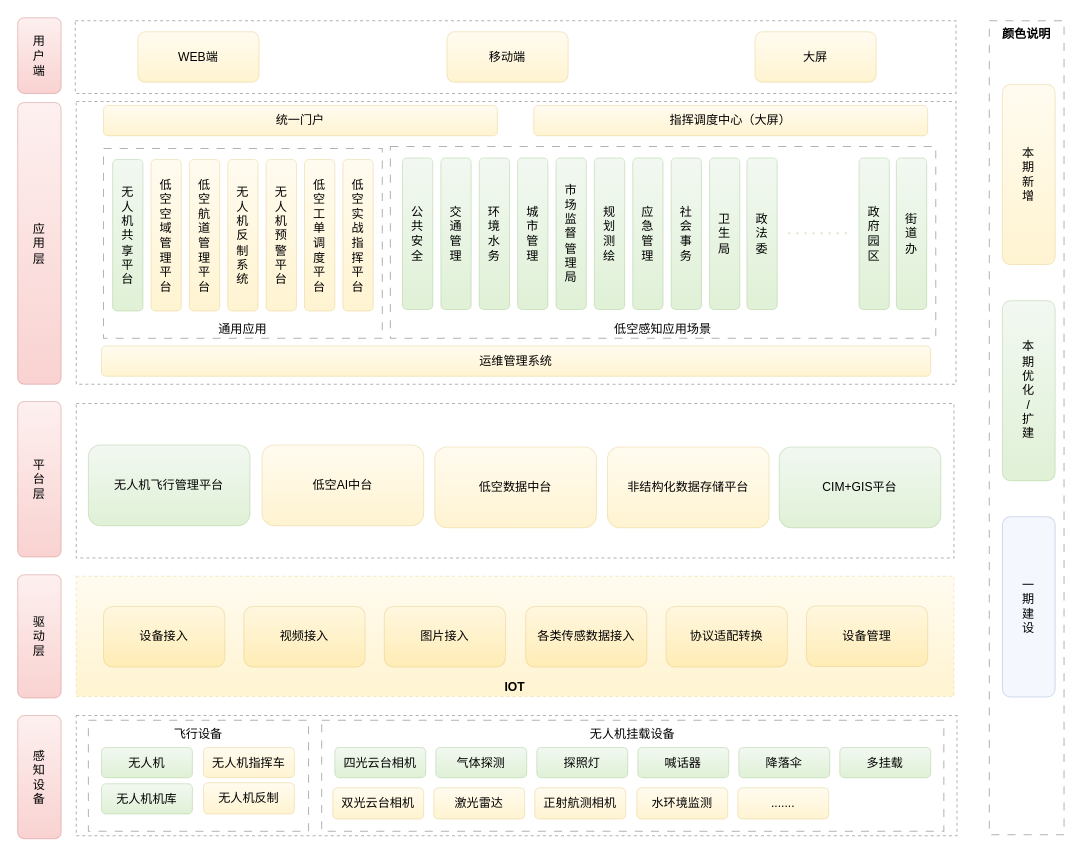
This is 总体架构2.drawio from yangchenyu/micro-service, a draw.io file, before an edit. Source tidied: cells renumbered, new cells numbered last; positions are measured from the earlier drawing's top-left corner, leaving out a move shared by most shapes. Both pictures are drawn from the tidied source at 101%, with x=0, y=0 at pixel (17, 17).
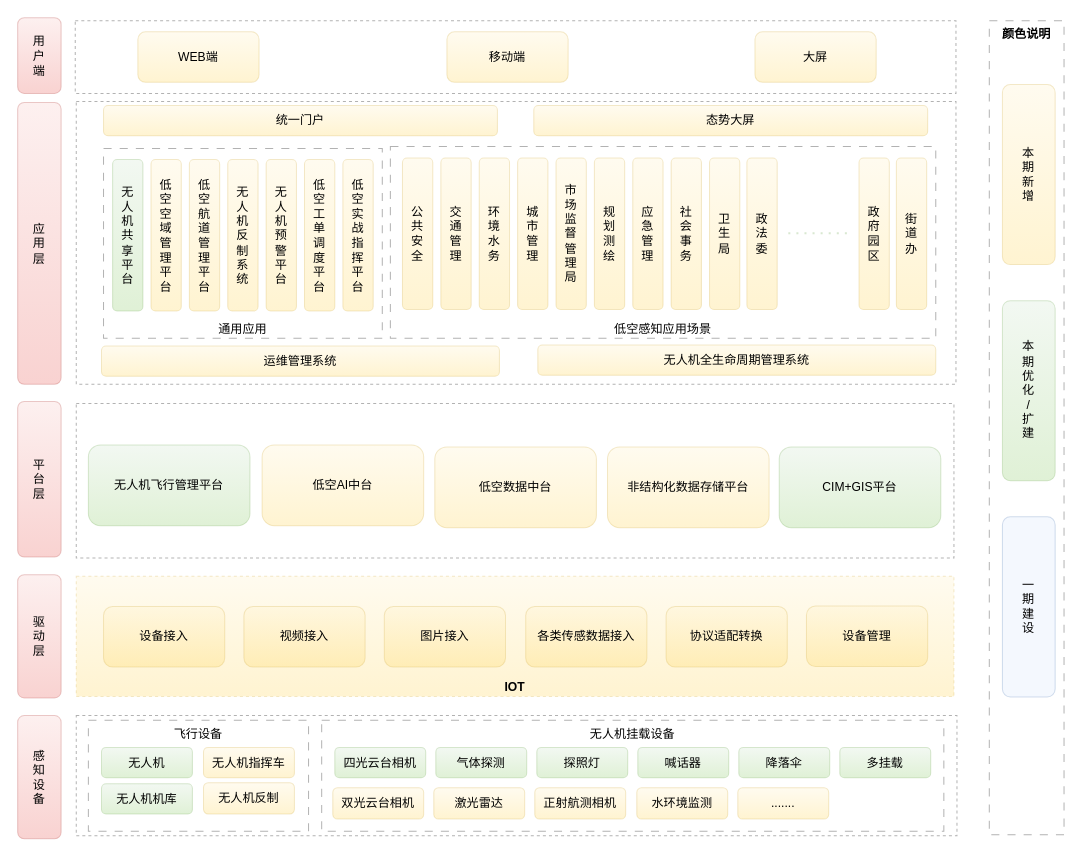
The same page after the edit.

Commit message:
更新总体架构2.drawio

The change refers to these unchanged cells:
```xml
<mxCell id="38" style="group;" parent="1" vertex="1">
  <mxGeometry x="369" y="127.5" width="540" height="190" as="geometry" />
</mxCell>
```

The edit, as a diff of the source:
```diff
@@
     <mxCell id="19" value="运维管理系统" style="rounded=1;whiteSpace=wrap;html=1;opacity=30;fillColor=#fff2cc;strokeColor=#d6b656;gradientColor=#ffd966;" parent="1" vertex="1">
-      <mxGeometry x="83" y="325" width="821" height="30" as="geometry" />
+      <mxGeometry x="83" y="325" width="394" height="30" as="geometry" />
     </mxCell>
@@
-    <mxCell id="23" value="指挥调度中心（大屏）" style="rounded=1;whiteSpace=wrap;html=1;opacity=30;fillColor=#fff2cc;strokeColor=#d6b656;gradientColor=#ffd966;" parent="1" vertex="1">
+    <mxCell id="23" value="态势大屏" style="rounded=1;whiteSpace=wrap;html=1;opacity=30;fillColor=#fff2cc;strokeColor=#d6b656;gradientColor=#ffd966;" parent="1" vertex="1">
       <mxGeometry x="511" y="87" width="390" height="30" as="geometry" />
     </mxCell>
@@
-    <mxCell id="40" value="交&lt;br&gt;通&lt;br&gt;管&lt;br&gt;理" style="rounded=1;whiteSpace=wrap;html=1;opacity=30;fillColor=#d5e8d4;strokeColor=#82b366;gradientColor=#97d077;" parent="38" vertex="1">
+    <mxCell id="40" value="交&lt;br&gt;通&lt;br&gt;管&lt;br&gt;理" style="rounded=1;whiteSpace=wrap;html=1;opacity=30;fillColor=#fff2cc;strokeColor=#d6b656;gradientColor=#ffd966;" parent="38" vertex="1">
       <mxGeometry x="50" y="11.5" width="30" height="150" as="geometry" />
     </mxCell>
-    <mxCell id="41" value="环&lt;br&gt;境&lt;br&gt;水&lt;br&gt;务" style="rounded=1;whiteSpace=wrap;html=1;opacity=30;fillColor=#d5e8d4;strokeColor=#82b366;gradientColor=#97d077;" parent="38" vertex="1">
+    <mxCell id="41" value="环&lt;br&gt;境&lt;br&gt;水&lt;br&gt;务" style="rounded=1;whiteSpace=wrap;html=1;opacity=30;fillColor=#fff2cc;strokeColor=#d6b656;gradientColor=#ffd966;" parent="38" vertex="1">
       <mxGeometry x="88" y="11.5" width="30" height="150" as="geometry" />
     </mxCell>
-    <mxCell id="42" value="城&lt;br&gt;市&lt;br&gt;管&lt;br&gt;理" style="rounded=1;whiteSpace=wrap;html=1;opacity=30;fillColor=#d5e8d4;strokeColor=#82b366;gradientColor=#97d077;" parent="38" vertex="1">
+    <mxCell id="42" value="城&lt;br&gt;市&lt;br&gt;管&lt;br&gt;理" style="rounded=1;whiteSpace=wrap;html=1;opacity=30;fillColor=#fff2cc;strokeColor=#d6b656;gradientColor=#ffd966;" parent="38" vertex="1">
       <mxGeometry x="126" y="11.5" width="30" height="150" as="geometry" />
     </mxCell>
-    <mxCell id="43" value="市&lt;br&gt;场&lt;br&gt;监&lt;br&gt;督&lt;br&gt;管&lt;br&gt;理&lt;br&gt;局" style="rounded=1;whiteSpace=wrap;html=1;opacity=30;fillColor=#d5e8d4;strokeColor=#82b366;gradientColor=#97d077;" parent="38" vertex="1">
+    <mxCell id="43" value="市&lt;br&gt;场&lt;br&gt;监&lt;br&gt;督&lt;br&gt;管&lt;br&gt;理&lt;br&gt;局" style="rounded=1;whiteSpace=wrap;html=1;opacity=30;fillColor=#fff2cc;strokeColor=#d6b656;gradientColor=#ffd966;" parent="38" vertex="1">
       <mxGeometry x="164" y="11.5" width="30" height="150" as="geometry" />
     </mxCell>
-    <mxCell id="44" value="公&lt;br&gt;共&lt;br&gt;安&lt;br&gt;全" style="rounded=1;whiteSpace=wrap;html=1;opacity=30;fillColor=#d5e8d4;strokeColor=#82b366;gradientColor=#97d077;" parent="38" vertex="1">
+    <mxCell id="44" value="公&lt;br&gt;共&lt;br&gt;安&lt;br&gt;全" style="rounded=1;whiteSpace=wrap;html=1;opacity=30;fillColor=#fff2cc;strokeColor=#d6b656;gradientColor=#ffd966;" parent="38" vertex="1">
       <mxGeometry x="12" y="11.5" width="30" height="150" as="geometry" />
     </mxCell>
-    <mxCell id="45" value="应&lt;br&gt;急&lt;br&gt;管&lt;br&gt;理" style="rounded=1;whiteSpace=wrap;html=1;opacity=30;fillColor=#d5e8d4;strokeColor=#82b366;gradientColor=#97d077;" parent="38" vertex="1">
+    <mxCell id="45" value="应&lt;br&gt;急&lt;br&gt;管&lt;br&gt;理" style="rounded=1;whiteSpace=wrap;html=1;opacity=30;fillColor=#fff2cc;strokeColor=#d6b656;gradientColor=#ffd966;" parent="38" vertex="1">
       <mxGeometry x="240" y="11.5" width="30" height="150" as="geometry" />
     </mxCell>
-    <mxCell id="46" value="社&lt;br&gt;会&lt;br&gt;事&lt;br&gt;务" style="rounded=1;whiteSpace=wrap;html=1;opacity=30;fillColor=#d5e8d4;strokeColor=#82b366;gradientColor=#97d077;" parent="38" vertex="1">
+    <mxCell id="46" value="社&lt;br&gt;会&lt;br&gt;事&lt;br&gt;务" style="rounded=1;whiteSpace=wrap;html=1;opacity=30;fillColor=#fff2cc;strokeColor=#d6b656;gradientColor=#ffd966;" parent="38" vertex="1">
       <mxGeometry x="278" y="11.5" width="30" height="150" as="geometry" />
     </mxCell>
-    <mxCell id="47" value="卫&lt;br&gt;生&lt;br&gt;局" style="rounded=1;whiteSpace=wrap;html=1;opacity=30;fillColor=#d5e8d4;strokeColor=#82b366;gradientColor=#97d077;" parent="38" vertex="1">
+    <mxCell id="47" value="卫&lt;br&gt;生&lt;br&gt;局" style="rounded=1;whiteSpace=wrap;html=1;opacity=30;fillColor=#fff2cc;strokeColor=#d6b656;gradientColor=#ffd966;" parent="38" vertex="1">
       <mxGeometry x="316" y="11.5" width="30" height="150" as="geometry" />
     </mxCell>
-    <mxCell id="48" value="政&lt;br&gt;府&lt;br&gt;园&lt;br&gt;区" style="rounded=1;whiteSpace=wrap;html=1;opacity=30;fillColor=#d5e8d4;strokeColor=#82b366;gradientColor=#97d077;" parent="38" vertex="1">
+    <mxCell id="48" value="政&lt;br&gt;府&lt;br&gt;园&lt;br&gt;区" style="rounded=1;whiteSpace=wrap;html=1;opacity=30;fillColor=#fff2cc;strokeColor=#d6b656;gradientColor=#ffd966;" parent="38" vertex="1">
       <mxGeometry x="464" y="11.5" width="30" height="150" as="geometry" />
     </mxCell>
-    <mxCell id="49" value="规&lt;br&gt;划&lt;br&gt;测&lt;br&gt;绘" style="rounded=1;whiteSpace=wrap;html=1;opacity=30;fillColor=#d5e8d4;strokeColor=#82b366;gradientColor=#97d077;" parent="38" vertex="1">
+    <mxCell id="49" value="规&lt;br&gt;划&lt;br&gt;测&lt;br&gt;绘" style="rounded=1;whiteSpace=wrap;html=1;opacity=30;fillColor=#fff2cc;strokeColor=#d6b656;gradientColor=#ffd966;" parent="38" vertex="1">
       <mxGeometry x="202" y="11.5" width="30" height="150" as="geometry" />
     </mxCell>
-    <mxCell id="50" value="街&lt;br&gt;道&lt;br&gt;办" style="rounded=1;whiteSpace=wrap;html=1;opacity=30;fillColor=#d5e8d4;strokeColor=#82b366;gradientColor=#97d077;" parent="38" vertex="1">
+    <mxCell id="50" value="街&lt;br&gt;道&lt;br&gt;办" style="rounded=1;whiteSpace=wrap;html=1;opacity=30;fillColor=#fff2cc;strokeColor=#d6b656;gradientColor=#ffd966;" parent="38" vertex="1">
       <mxGeometry x="501" y="11.5" width="30" height="150" as="geometry" />
     </mxCell>
@@
-    <mxCell id="52" value="政&lt;br&gt;法&lt;br&gt;委" style="rounded=1;whiteSpace=wrap;html=1;opacity=30;fillColor=#d5e8d4;strokeColor=#82b366;gradientColor=#97d077;" parent="38" vertex="1">
+    <mxCell id="52" value="政&lt;br&gt;法&lt;br&gt;委" style="rounded=1;whiteSpace=wrap;html=1;opacity=30;fillColor=#fff2cc;strokeColor=#d6b656;gradientColor=#ffd966;" parent="38" vertex="1">
       <mxGeometry x="353" y="11.5" width="30" height="150" as="geometry" />
     </mxCell>
@@
+    <mxCell id="74" value="无人机全生命周期管理系统" style="rounded=1;whiteSpace=wrap;html=1;opacity=30;fillColor=#fff2cc;strokeColor=#d6b656;gradientColor=#ffd966;" parent="1" vertex="1">
+      <mxGeometry x="515" y="324" width="394" height="30" as="geometry" />
+    </mxCell>
```
